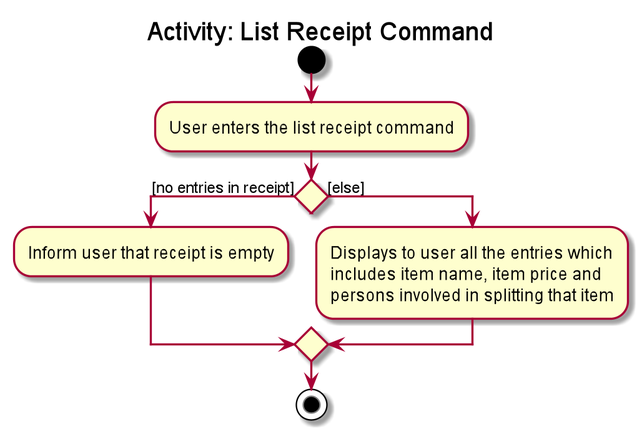
Earlier version of the PlantUML export images/ExpenseSplitterListReceiptCommandActivityDiagram.png (AY1920S2-CS2103T-W13-1/main). The source it was exported from:
```plantuml
@startuml
title Activity: List Receipt Command

start
:User enters the list receipt command;

if () then ([no entries in receipt])
    :Inform user that receipt is empty;
else ([else])
    :Displays to user all the entries which
    includes item name, item price and
    persons involved in splitting that item;

endif
stop
@enduml
```
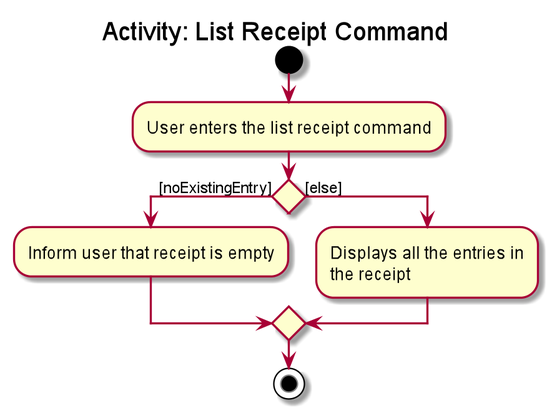
The same file after the commit.

The edit, as a diff of the source:
```diff
@@ -4,12 +4,11 @@
 start
 :User enters the list receipt command;
 
-if () then ([no entries in receipt])
+if () then ([noExistingEntry])
     :Inform user that receipt is empty;
 else ([else])
-    :Displays to user all the entries which
-    includes item name, item price and
-    persons involved in splitting that item;
+    :Displays all the entries in
+    the receipt;
 
 endif
 stop
```
